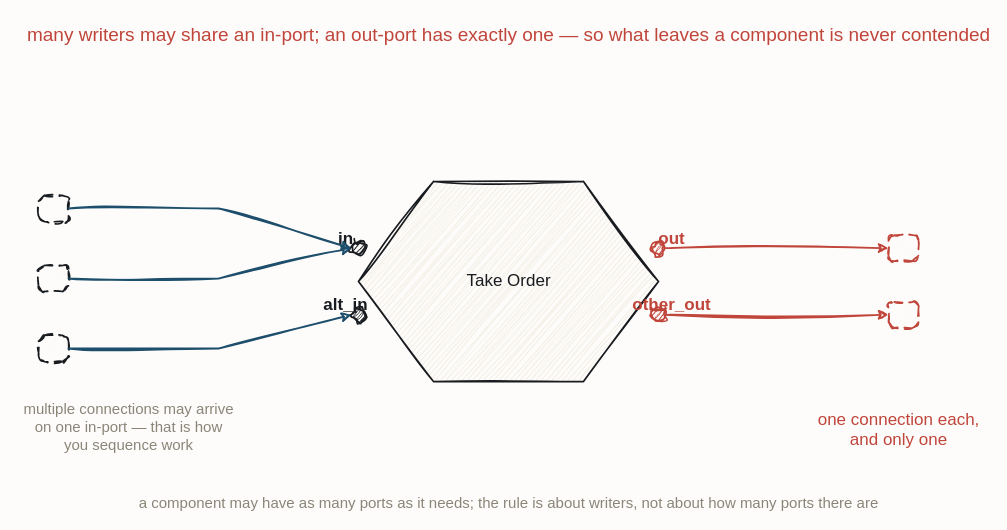
Above: resources/flow-fbp-ports.drawio in iancooper/practical-messaging (draw.io), before the change. Source tidied: cells renumbered, new cells numbered last; positions are measured from the earlier drawing's top-left corner, leaving out a move shared by most shapes. Both pictures are drawn from the tidied source at 100%, with x=0, y=0 at pixel (38, 17).
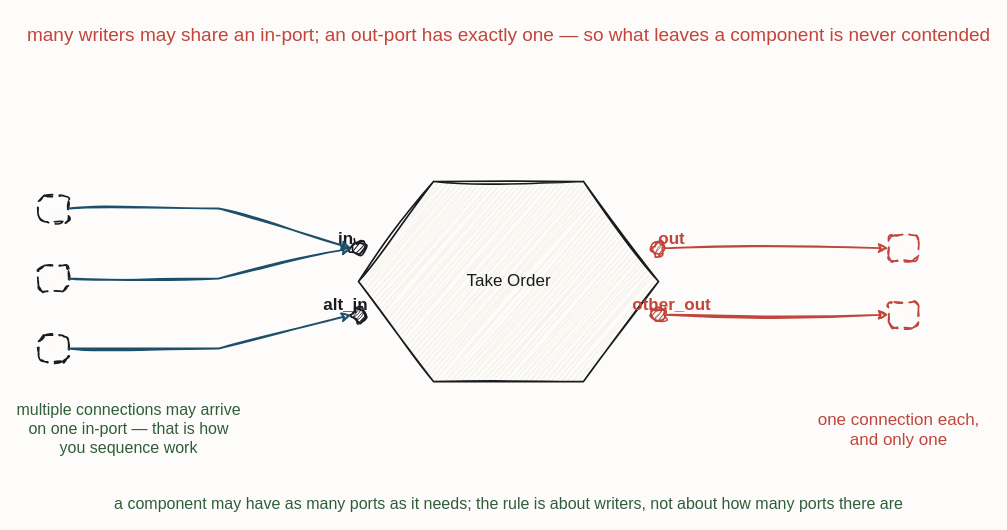
The same page after the edit.

Change to the diagram source:
```diff
@@
-    <mxCell id="17" value="multiple connections may arrive&#10;on one in-port — that is how&#10;you sequence work" style="text;html=1;align=center;fontFamily=Caveat;fontSize=15;fontColor=#8A8578;" parent="1" vertex="1">
+    <mxCell id="17" value="multiple connections may arrive&#10;on one in-port — that is how&#10;you sequence work" style="text;html=1;align=center;fontFamily=Caveat;fontSize=16;fontColor=#2F5D3A;" parent="1" vertex="1">
       <mxGeometry x="30" y="376" width="120" height="20" as="geometry" />
     </mxCell>
@@
-    <mxCell id="19" value="a component may have as many ports as it needs; the rule is about writers, not about how many ports there are" style="text;html=1;align=center;fontFamily=Caveat;fontSize=15;fontColor=#8A8578;" parent="1" vertex="1">
+    <mxCell id="19" value="a component may have as many ports as it needs; the rule is about writers, not about how many ports there are" style="text;html=1;align=center;fontFamily=Caveat;fontSize=16;fontColor=#2F5D3A;" parent="1" vertex="1">
       <mxGeometry x="410" y="470" width="120" height="20" as="geometry" />
     </mxCell>
```
